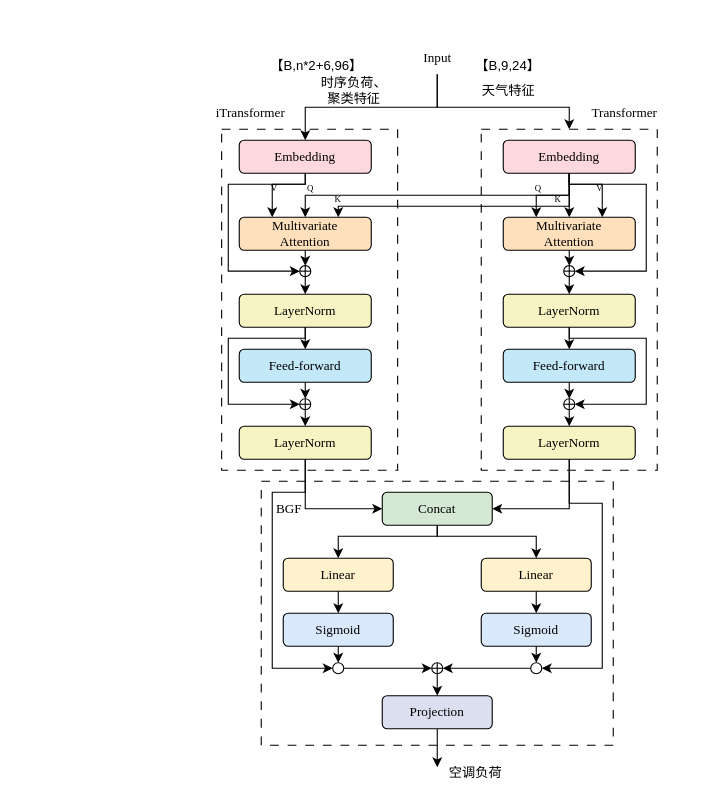
Earlier version of the draw.io diagram Draw.io/研究生毕设/混合 itransformer 模型.drawio (Arete-FFF/PicGo). Source tidied: cells renumbered, new cells numbered last; positions are measured from the earlier drawing's top-left corner, leaving out a move shared by most shapes. Both pictures are drawn from the tidied source at 110%, with x=0, y=0 at pixel (19, 19).
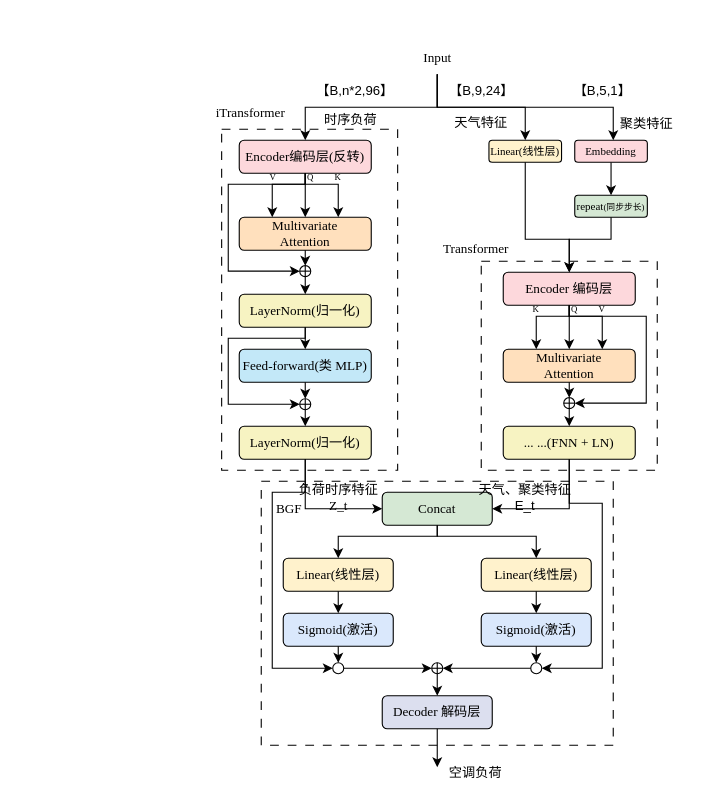
The same diagram, later.

Commit message:
更新混合 itransformer 模型.drawio

Unchanged cells that the change refers to:
```xml
<mxCell id="6" value="Multivariate&lt;div&gt;Attention&lt;/div&gt;" style="rounded=1;whiteSpace=wrap;html=1;fillColor=light-dark(#ffe0bd, #ededed);fontFamily=Times New Roman;" parent="1" vertex="1">
  <mxGeometry x="200" y="180" width="120" height="30" as="geometry" />
</mxCell>
<mxCell id="58" style="ellipse;whiteSpace=wrap;html=1;fillColor=none;fontFamily=Times New Roman;" parent="57" vertex="1">
  <mxGeometry width="10" height="10" as="geometry" />
</mxCell>
```

The edit, as a diff of the source:
```diff
@@
-    <mxCell id="4" value="Embedding" style="rounded=1;whiteSpace=wrap;html=1;fillColor=light-dark(#fdd8dc, #ededed);fontFamily=Times New Roman;" parent="1" vertex="1">
+    <mxCell id="4" value="Encoder编码层(反转)" style="rounded=1;whiteSpace=wrap;html=1;fillColor=light-dark(#fdd8dc, #ededed);fontFamily=Times New Roman;" parent="1" vertex="1">
       <mxGeometry x="200" y="110" width="120" height="30" as="geometry" />
     </mxCell>
@@
     <mxCell id="8" value="&lt;span style=&quot;font-size: 8px;&quot;&gt;V&lt;/span&gt;" style="text;html=1;align=center;verticalAlign=middle;whiteSpace=wrap;rounded=0;fontFamily=Times New Roman;" parent="1" vertex="1">
-      <mxGeometry x="227" y="148" width="10" height="10" as="geometry" />
+      <mxGeometry x="226" y="138" width="10" height="10" as="geometry" />
     </mxCell>
     <mxCell id="9" value="&lt;span style=&quot;font-size: 8px;&quot;&gt;K&lt;/span&gt;" style="text;html=1;align=center;verticalAlign=middle;whiteSpace=wrap;rounded=0;fontFamily=Times New Roman;" parent="1" vertex="1">
-      <mxGeometry x="285" y="158" width="10" height="10" as="geometry" />
+      <mxGeometry x="285" y="138" width="10" height="10" as="geometry" />
     </mxCell>
     <mxCell id="10" value="&lt;font style=&quot;font-size: 8px;&quot;&gt;Q&lt;/font&gt;" style="text;html=1;align=center;verticalAlign=middle;whiteSpace=wrap;rounded=0;fontFamily=Times New Roman;" parent="1" vertex="1">
-      <mxGeometry x="260" y="148" width="10" height="10" as="geometry" />
+      <mxGeometry x="260" y="138" width="10" height="10" as="geometry" />
     </mxCell>
-    <mxCell id="11" value="LayerNorm" style="rounded=1;whiteSpace=wrap;html=1;fillColor=light-dark(#f7f3c2, #ededed);fontFamily=Times New Roman;" parent="1" vertex="1">
+    <mxCell id="11" value="LayerNorm(归一化)" style="rounded=1;whiteSpace=wrap;html=1;fillColor=light-dark(#f7f3c2, #ededed);fontFamily=Times New Roman;" parent="1" vertex="1">
       <mxGeometry x="200" y="250" width="120" height="30" as="geometry" />
     </mxCell>
@@
-    <mxCell id="19" value="Feed-forward" style="rounded=1;whiteSpace=wrap;html=1;fillColor=light-dark(#c3e8f8, #ededed);fontFamily=Times New Roman;" parent="1" vertex="1">
+    <mxCell id="19" value="Feed-forward(类 MLP)" style="rounded=1;whiteSpace=wrap;html=1;fillColor=light-dark(#c3e8f8, #ededed);fontFamily=Times New Roman;" parent="1" vertex="1">
       <mxGeometry x="200" y="300" width="120" height="30" as="geometry" />
     </mxCell>
-    <mxCell id="20" value="LayerNorm" style="rounded=1;whiteSpace=wrap;html=1;fillColor=light-dark(#f7f3c2, #ededed);fontFamily=Times New Roman;" parent="1" vertex="1">
+    <mxCell id="20" value="LayerNorm(归一化)" style="rounded=1;whiteSpace=wrap;html=1;fillColor=light-dark(#f7f3c2, #ededed);fontFamily=Times New Roman;" parent="1" vertex="1">
       <mxGeometry x="200" y="370" width="120" height="30" as="geometry" />
     </mxCell>
@@
-    <mxCell id="31" value="Linear" style="rounded=1;whiteSpace=wrap;html=1;fillColor=#fff2cc;fontFamily=Times New Roman;strokeColor=#000000;" parent="1" vertex="1">
+    <mxCell id="31" value="Linear(线性层)" style="rounded=1;whiteSpace=wrap;html=1;fillColor=#fff2cc;fontFamily=Times New Roman;strokeColor=#000000;" parent="1" vertex="1">
       <mxGeometry x="240" y="490" width="100" height="30" as="geometry" />
     </mxCell>
-    <mxCell id="32" value="Sigmoid" style="rounded=1;whiteSpace=wrap;html=1;fillColor=#dae8fc;fontFamily=Times New Roman;strokeColor=#000000;" parent="1" vertex="1">
+    <mxCell id="32" value="Sigmoid(激活)" style="rounded=1;whiteSpace=wrap;html=1;fillColor=#dae8fc;fontFamily=Times New Roman;strokeColor=#000000;" parent="1" vertex="1">
       <mxGeometry x="240" y="540" width="100" height="30" as="geometry" />
     </mxCell>
-    <mxCell id="33" value="Projection" style="rounded=1;whiteSpace=wrap;html=1;fillColor=#DCDFEF;fontFamily=Times New Roman;strokeColor=#000000;" parent="1" vertex="1">
+    <mxCell id="33" value="Decoder 解码层" style="rounded=1;whiteSpace=wrap;html=1;fillColor=#DCDFEF;fontFamily=Times New Roman;strokeColor=#000000;" parent="1" vertex="1">
       <mxGeometry x="330" y="615" width="100" height="30" as="geometry" />
     </mxCell>
@@
     <mxCell id="47" style="rounded=0;whiteSpace=wrap;html=1;fillColor=none;dashed=1;dashPattern=8 8;fontFamily=Times New Roman;" parent="1" vertex="1">
-      <mxGeometry x="420" y="100" width="160" height="310" as="geometry" />
+      <mxGeometry x="420" y="220" width="160" height="190" as="geometry" />
     </mxCell>
@@
-    <mxCell id="49" value="Embedding" style="rounded=1;whiteSpace=wrap;html=1;fillColor=light-dark(#fdd8dc, #ededed);fontFamily=Times New Roman;" parent="1" vertex="1">
-      <mxGeometry x="440" y="110" width="120" height="30" as="geometry" />
+    <mxCell id="49" value="Encoder 编码层" style="rounded=1;whiteSpace=wrap;html=1;fillColor=light-dark(#fdd8dc, #ededed);fontFamily=Times New Roman;" parent="1" vertex="1">
+      <mxGeometry x="440" y="230" width="120" height="30" as="geometry" />
     </mxCell>
     <mxCell id="50" value="Multivariate&lt;div&gt;Attention&lt;/div&gt;" style="rounded=1;whiteSpace=wrap;html=1;fillColor=light-dark(#ffe0bd, #ededed);fontFamily=Times New Roman;" parent="1" vertex="1">
-      <mxGeometry x="440" y="180" width="120" height="30" as="geometry" />
+      <mxGeometry x="440" y="300" width="120" height="30" as="geometry" />
     </mxCell>
     <mxCell id="51" style="endArrow=classic;html=1;rounded=0;entryX=0.75;entryY=0;entryDx=0;entryDy=0;fontFamily=Times New Roman;" parent="1" edge="1" target="50">
       <mxGeometry relative="1" as="geometry">
-        <mxPoint x="500" y="140" as="sourcePoint" />
+        <mxPoint x="500" y="260" as="sourcePoint" />
         <Array as="points">
-          <mxPoint x="500" y="150" />
-          <mxPoint x="510" y="150" />
-          <mxPoint x="520" y="150" />
-          <mxPoint x="530" y="150" />
-          <mxPoint x="530" y="160" />
+          <mxPoint x="500" y="270" />
+          <mxPoint x="510" y="270" />
+          <mxPoint x="520" y="270" />
+          <mxPoint x="530" y="270" />
+          <mxPoint x="530" y="280" />
         </Array>
       </mxGeometry>
     </mxCell>
-    <mxCell id="52" style="endArrow=classic;html=1;rounded=0;entryX=0.5;entryY=0;entryDx=0;entryDy=0;fontFamily=Times New Roman;" parent="1" edge="1" target="6">
-      <mxGeometry relative="1" as="geometry">
-        <mxPoint x="500" y="140" as="sourcePoint" />
-        <Array as="points">
-          <mxPoint x="500" y="160" />
-          <mxPoint x="470" y="160" />
-          <mxPoint x="260" y="160" />
-        </Array>
-      </mxGeometry>
-    </mxCell>
     <mxCell id="53" value="&lt;font style=&quot;font-size: 8px;&quot;&gt;Q&lt;/font&gt;" style="text;html=1;align=center;verticalAlign=middle;whiteSpace=wrap;rounded=0;fontFamily=Times New Roman;" parent="1" vertex="1">
-      <mxGeometry x="467" y="148" width="10" height="10" as="geometry" />
+      <mxGeometry x="500" y="258" width="10" height="10" as="geometry" />
     </mxCell>
     <mxCell id="54" value="&lt;span style=&quot;font-size: 8px;&quot;&gt;K&lt;/span&gt;" style="text;html=1;align=center;verticalAlign=middle;whiteSpace=wrap;rounded=0;fontFamily=Times New Roman;" parent="1" vertex="1">
-      <mxGeometry x="485" y="158" width="10" height="10" as="geometry" />
+      <mxGeometry x="465" y="258" width="10" height="10" as="geometry" />
     </mxCell>
     <mxCell id="55" value="&lt;font style=&quot;font-size: 8px;&quot;&gt;V&lt;/font&gt;" style="text;html=1;align=center;verticalAlign=middle;whiteSpace=wrap;rounded=0;fontFamily=Times New Roman;" parent="1" vertex="1">
-      <mxGeometry x="523" y="148" width="10" height="10" as="geometry" />
+      <mxGeometry x="525" y="258" width="10" height="10" as="geometry" />
     </mxCell>
-    <mxCell id="56" value="LayerNorm" style="rounded=1;whiteSpace=wrap;html=1;fillColor=light-dark(#f7f3c2, #ededed);fontFamily=Times New Roman;" parent="1" vertex="1">
-      <mxGeometry x="440" y="250" width="120" height="30" as="geometry" />
-    </mxCell>
     <mxCell id="57" style="group;fontFamily=Times New Roman;" parent="1" vertex="1">
-      <mxGeometry x="495" y="224" width="10" height="10" as="geometry" />
+      <mxGeometry x="495" y="344" width="10" height="10" as="geometry" />
     </mxCell>
@@
-    <mxCell id="62" style="endArrow=classic;html=1;rounded=0;exitX=0.5;exitY=1;exitDx=0;exitDy=0;entryX=0.5;entryY=0;entryDx=0;entryDy=0;fontFamily=Times New Roman;" parent="1" edge="1" source="58" target="56">
-      <mxGeometry relative="1" as="geometry" />
+    <mxCell id="62" style="endArrow=classic;html=1;rounded=0;exitX=0.5;exitY=1;exitDx=0;exitDy=0;entryX=0.5;entryY=0;entryDx=0;entryDy=0;fontFamily=Times New Roman;" parent="1" edge="1" source="58">
+      <mxGeometry relative="1" as="geometry">
+        <mxPoint x="500" y="370" as="targetPoint" />
+      </mxGeometry>
     </mxCell>
     <mxCell id="63" style="endArrow=classic;html=1;rounded=0;fontFamily=Times New Roman;entryX=1;entryY=0.5;entryDx=0;entryDy=0;" parent="1" edge="1" target="58">
       <mxGeometry relative="1" as="geometry">
-        <mxPoint x="500" y="140" as="sourcePoint" />
+        <mxPoint x="500" y="260" as="sourcePoint" />
         <Array as="points">
-          <mxPoint x="500" y="150" />
-          <mxPoint x="570" y="150" />
-          <mxPoint x="570" y="190" />
-          <mxPoint x="570" y="229" />
+          <mxPoint x="500" y="270" />
+          <mxPoint x="570" y="270" />
+          <mxPoint x="570" y="310" />
+          <mxPoint x="570" y="349" />
         </Array>
       </mxGeometry>
     </mxCell>
-    <mxCell id="64" value="Feed-forward" style="rounded=1;whiteSpace=wrap;html=1;fillColor=light-dark(#c3e8f8, #ededed);fontFamily=Times New Roman;" parent="1" vertex="1">
-      <mxGeometry x="440" y="300" width="120" height="30" as="geometry" />
-    </mxCell>
-    <mxCell id="65" value="LayerNorm" style="rounded=1;whiteSpace=wrap;html=1;fillColor=light-dark(#f7f3c2, #ededed);fontFamily=Times New Roman;" parent="1" vertex="1">
+    <mxCell id="65" value="... ...(FNN + LN)" style="rounded=1;whiteSpace=wrap;html=1;fillColor=light-dark(#f7f3c2, #ededed);fontFamily=Times New Roman;" parent="1" vertex="1">
       <mxGeometry x="440" y="370" width="120" height="30" as="geometry" />
     </mxCell>
-    <mxCell id="66" style="endArrow=classic;html=1;rounded=0;exitX=0.5;exitY=1;exitDx=0;exitDy=0;fontFamily=Times New Roman;" parent="1" edge="1" source="56" target="64">
-      <mxGeometry relative="1" as="geometry" />
-    </mxCell>
-    <mxCell id="67" style="group;fontFamily=Times New Roman;" parent="1" vertex="1">
-      <mxGeometry x="495" y="345" width="10" height="10" as="geometry" />
-    </mxCell>
-    <mxCell id="68" style="ellipse;whiteSpace=wrap;html=1;fillColor=none;fontFamily=Times New Roman;" parent="67" vertex="1">
-      <mxGeometry width="10" height="10" as="geometry" />
-    </mxCell>
-    <mxCell id="69" style="endArrow=none;html=1;rounded=0;exitX=0;exitY=0.5;exitDx=0;exitDy=0;fontFamily=Times New Roman;" parent="67" edge="1" source="68">
-      <mxGeometry relative="1" as="geometry">
-        <mxPoint x="10" y="5" as="targetPoint" />
-      </mxGeometry>
-    </mxCell>
-    <mxCell id="70" style="endArrow=none;html=1;rounded=0;entryX=0.5;entryY=0;entryDx=0;entryDy=0;exitX=0.5;exitY=1;exitDx=0;exitDy=0;fontFamily=Times New Roman;" parent="67" edge="1" source="68" target="68">
-      <mxGeometry relative="1" as="geometry" />
-    </mxCell>
-    <mxCell id="71" style="endArrow=classic;html=1;rounded=0;entryX=0.5;entryY=0;entryDx=0;entryDy=0;exitX=0.5;exitY=1;exitDx=0;exitDy=0;fontFamily=Times New Roman;" parent="1" edge="1" source="68" target="65">
-      <mxGeometry relative="1" as="geometry" />
-    </mxCell>
-    <mxCell id="72" style="endArrow=classic;html=1;rounded=0;entryX=0.5;entryY=0;entryDx=0;entryDy=0;exitX=0.5;exitY=1;exitDx=0;exitDy=0;fontFamily=Times New Roman;" parent="1" edge="1" source="64" target="68">
-      <mxGeometry relative="1" as="geometry" />
-    </mxCell>
-    <mxCell id="73" style="endArrow=classic;html=1;rounded=0;exitX=0.5;exitY=1;exitDx=0;exitDy=0;fontFamily=Times New Roman;entryX=1;entryY=0.5;entryDx=0;entryDy=0;" parent="1" edge="1" source="56" target="68">
-      <mxGeometry relative="1" as="geometry">
-        <Array as="points">
-          <mxPoint x="500" y="290" />
-          <mxPoint x="570" y="290" />
-          <mxPoint x="570" y="320" />
-          <mxPoint x="570" y="350" />
-        </Array>
-      </mxGeometry>
-    </mxCell>
@@
-    <mxCell id="75" value="Linear" style="rounded=1;whiteSpace=wrap;html=1;fillColor=#fff2cc;fontFamily=Times New Roman;strokeColor=#000000;" parent="1" vertex="1">
+    <mxCell id="75" value="Linear(线性层)" style="rounded=1;whiteSpace=wrap;html=1;fillColor=#fff2cc;fontFamily=Times New Roman;strokeColor=#000000;" parent="1" vertex="1">
       <mxGeometry x="420" y="490" width="100" height="30" as="geometry" />
     </mxCell>
-    <mxCell id="76" value="Sigmoid" style="rounded=1;whiteSpace=wrap;html=1;fillColor=#dae8fc;fontFamily=Times New Roman;strokeColor=#000000;" parent="1" vertex="1">
+    <mxCell id="76" value="Sigmoid(激活)" style="rounded=1;whiteSpace=wrap;html=1;fillColor=#dae8fc;fontFamily=Times New Roman;strokeColor=#000000;" parent="1" vertex="1">
       <mxGeometry x="420" y="540" width="100" height="30" as="geometry" />
     </mxCell>
@@
-    <mxCell id="83" style="endArrow=classic;html=1;rounded=0;entryX=0.5;entryY=0;entryDx=0;entryDy=0;" parent="1" edge="1" target="47">
+    <mxCell id="83" style="endArrow=classic;html=1;rounded=0;" parent="1" edge="1">
       <mxGeometry relative="1" as="geometry">
         <mxPoint x="380" y="50" as="sourcePoint" />
+        <mxPoint x="460" y="110" as="targetPoint" />
         <Array as="points">
           <mxPoint x="380" y="80" />
-          <mxPoint x="500" y="80" />
+          <mxPoint x="460" y="80" />
         </Array>
       </mxGeometry>
     </mxCell>
-    <mxCell id="84" value="时序负荷、聚类特征" style="text;html=1;align=center;verticalAlign=middle;whiteSpace=wrap;rounded=0;" parent="1" vertex="1">
-      <mxGeometry x="269" y="50" width="71" height="30" as="geometry" />
+    <mxCell id="84" value="时序负荷" style="text;html=1;align=center;verticalAlign=middle;whiteSpace=wrap;rounded=0;" parent="1" vertex="1">
+      <mxGeometry x="266" y="77" width="71" height="30" as="geometry" />
     </mxCell>
     <mxCell id="85" value="天气特征" style="text;html=1;align=center;verticalAlign=middle;whiteSpace=wrap;rounded=0;" parent="1" vertex="1">
-      <mxGeometry x="400" y="50" width="90" height="30" as="geometry" />
+      <mxGeometry x="375" y="79" width="90" height="30" as="geometry" />
     </mxCell>
@@
     <mxCell id="87" value="Transformer" style="text;html=1;align=center;verticalAlign=middle;strokeColor=none;fillColor=none;fontFamily=Times New Roman;" parent="1" vertex="1">
-      <mxGeometry x="510" y="70" width="80" height="30" as="geometry" />
+      <mxGeometry x="375" y="194" width="80" height="30" as="geometry" />
     </mxCell>
@@
     <mxCell id="91" style="endArrow=classic;html=1;rounded=0;exitX=0.5;exitY=1;exitDx=0;exitDy=0;entryX=0.25;entryY=0;entryDx=0;entryDy=0;" parent="1" edge="1" source="49" target="50">
       <mxGeometry relative="1" as="geometry">
         <Array as="points">
-          <mxPoint x="500" y="160" />
-          <mxPoint x="470" y="160" />
+          <mxPoint x="500" y="270" />
+          <mxPoint x="490" y="270" />
+          <mxPoint x="470" y="270" />
         </Array>
       </mxGeometry>
     </mxCell>
-    <mxCell id="92" style="endArrow=classic;html=1;rounded=0;exitX=0.5;exitY=1;exitDx=0;exitDy=0;entryX=0.75;entryY=0;entryDx=0;entryDy=0;" parent="1" edge="1" source="49" target="6">
-      <mxGeometry relative="1" as="geometry">
-        <Array as="points">
-          <mxPoint x="500" y="170" />
-          <mxPoint x="290" y="170" />
-        </Array>
-      </mxGeometry>
-    </mxCell>
-    <mxCell id="93" value="【B,n*2+6,96】" style="text;html=1;align=center;verticalAlign=middle;strokeColor=none;fillColor=none;" parent="1" vertex="1">
-      <mxGeometry x="215" y="28" width="110" height="30" as="geometry" />
+    <mxCell id="93" value="【B,n*2,96】" style="text;html=1;align=center;verticalAlign=middle;strokeColor=none;fillColor=none;" parent="1" vertex="1">
+      <mxGeometry x="260" y="50" width="90" height="30" as="geometry" />
     </mxCell>
     <mxCell id="94" value="【B,9,24】" style="text;html=1;align=center;verticalAlign=middle;strokeColor=none;fillColor=none;" parent="1" vertex="1">
-      <mxGeometry x="404" y="28" width="80" height="30" as="geometry" />
+      <mxGeometry x="380" y="50" width="80" height="30" as="geometry" />
     </mxCell>
+    <mxCell id="95" value="聚类特征" style="text;html=1;align=center;verticalAlign=middle;strokeColor=none;fillColor=none;" parent="1" vertex="1">
+      <mxGeometry x="535" y="80" width="70" height="30" as="geometry" />
+    </mxCell>
+    <mxCell id="96" style="endArrow=classic;html=1;rounded=0;exitX=0.5;exitY=1;exitDx=0;exitDy=0;entryX=0.5;entryY=0;entryDx=0;entryDy=0;" parent="1" edge="1" source="4" target="6">
+      <mxGeometry relative="1" as="geometry" />
+    </mxCell>
+    <mxCell id="97" style="endArrow=classic;html=1;rounded=0;exitX=0.5;exitY=1;exitDx=0;exitDy=0;entryX=0.75;entryY=0;entryDx=0;entryDy=0;" parent="1" edge="1" source="4" target="6">
+      <mxGeometry relative="1" as="geometry">
+        <Array as="points">
+          <mxPoint x="260" y="150" />
+          <mxPoint x="290" y="150" />
+        </Array>
+      </mxGeometry>
+    </mxCell>
+    <mxCell id="98" value="负荷时序特征&lt;div&gt;Z_t&lt;/div&gt;" style="text;html=1;align=center;verticalAlign=middle;strokeColor=none;fillColor=none;fontFamily=Times New Roman;" parent="1" vertex="1">
+      <mxGeometry x="240" y="415" width="100" height="40" as="geometry" />
+    </mxCell>
+    <mxCell id="99" value="天气、聚类特征 E_t" style="text;html=1;align=center;verticalAlign=middle;whiteSpace=wrap;rounded=0;" parent="1" vertex="1">
+      <mxGeometry x="415" y="420" width="90" height="30" as="geometry" />
+    </mxCell>
+    <mxCell id="100" style="endArrow=classic;html=1;rounded=0;" parent="1" edge="1">
+      <mxGeometry relative="1" as="geometry">
+        <mxPoint x="380" y="50" as="sourcePoint" />
+        <mxPoint x="540" y="110" as="targetPoint" />
+        <Array as="points">
+          <mxPoint x="380" y="80" />
+          <mxPoint x="540" y="80" />
+        </Array>
+      </mxGeometry>
+    </mxCell>
+    <mxCell id="101" value="&lt;font style=&quot;font-size: 10px;&quot;&gt;Linear(线性层)&lt;/font&gt;" style="rounded=1;whiteSpace=wrap;html=1;fillColor=#fff2cc;fontFamily=Times New Roman;strokeColor=#000000;" parent="1" vertex="1">
+      <mxGeometry x="427" y="110" width="66" height="20" as="geometry" />
+    </mxCell>
+    <mxCell id="102" style="edgeStyle=orthogonalEdgeStyle;rounded=0;jettySize=auto;html=1;" parent="1" edge="1" source="103" target="104">
+      <mxGeometry relative="1" as="geometry" />
+    </mxCell>
+    <mxCell id="103" value="&lt;font style=&quot;font-size: 10px;&quot;&gt;Embedding&lt;/font&gt;" style="rounded=1;whiteSpace=wrap;html=1;fillColor=light-dark(#fdd8dc, #281d00);fontFamily=Times New Roman;strokeColor=#000000;" parent="1" vertex="1">
+      <mxGeometry x="505" y="110" width="66" height="20" as="geometry" />
+    </mxCell>
+    <mxCell id="104" value="&lt;font style=&quot;font-size: 10px;&quot;&gt;repeat&lt;/font&gt;&lt;font style=&quot;font-size: 8px;&quot;&gt;(同步步长)&lt;/font&gt;" style="rounded=1;whiteSpace=wrap;html=1;fillColor=#d5e8d4;fontFamily=Times New Roman;strokeColor=#000000;" parent="1" vertex="1">
+      <mxGeometry x="505" y="160" width="66" height="20" as="geometry" />
+    </mxCell>
+    <mxCell id="105" style="endArrow=classic;html=1;rounded=0;exitX=0.5;exitY=1;exitDx=0;exitDy=0;entryX=0.5;entryY=0;entryDx=0;entryDy=0;" parent="1" edge="1" source="101" target="49">
+      <mxGeometry relative="1" as="geometry">
+        <Array as="points">
+          <mxPoint x="460" y="200" />
+          <mxPoint x="500" y="200" />
+        </Array>
+      </mxGeometry>
+    </mxCell>
+    <mxCell id="106" style="endArrow=classic;html=1;rounded=0;exitX=0.5;exitY=1;exitDx=0;exitDy=0;entryX=0.5;entryY=0;entryDx=0;entryDy=0;" parent="1" edge="1" source="104" target="49">
+      <mxGeometry relative="1" as="geometry">
+        <Array as="points">
+          <mxPoint x="538" y="200" />
+          <mxPoint x="500" y="200" />
+        </Array>
+      </mxGeometry>
+    </mxCell>
+    <mxCell id="107" value="【B,5,1】" style="text;html=1;align=center;verticalAlign=middle;strokeColor=none;fillColor=none;" parent="1" vertex="1">
+      <mxGeometry x="490" y="50" width="80" height="30" as="geometry" />
+    </mxCell>
```
